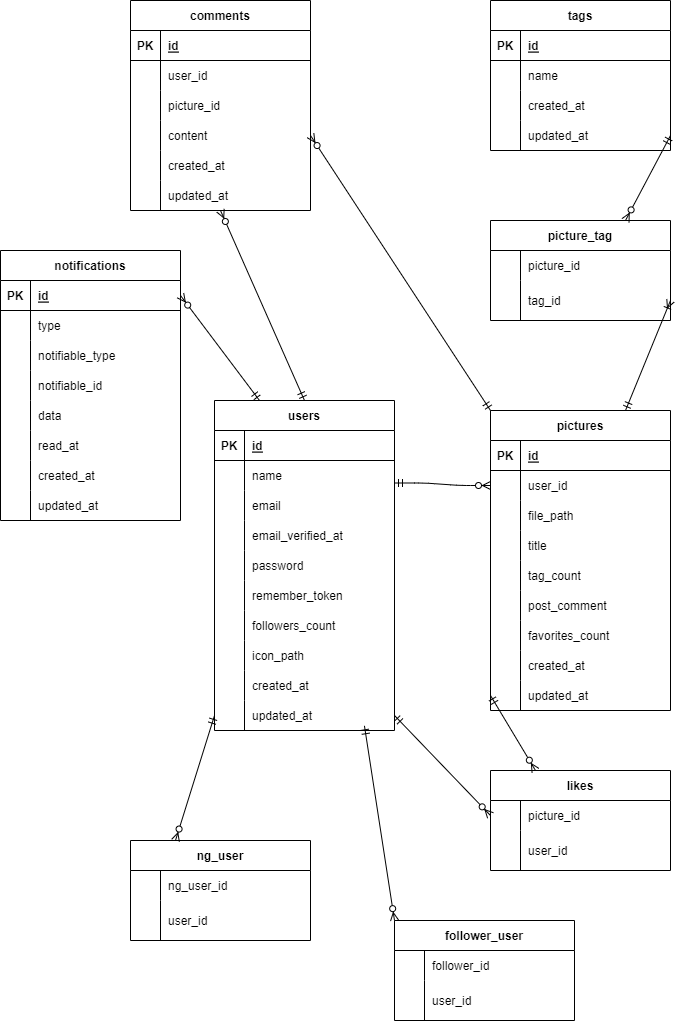
Above: picoo/er.drawio.png in reth4e/Picoo_aws2 (draw.io), before the change. Source tidied: cells renumbered, new cells last; positions are measured from the earlier drawing's top-left corner, leaving out a move shared by most shapes.
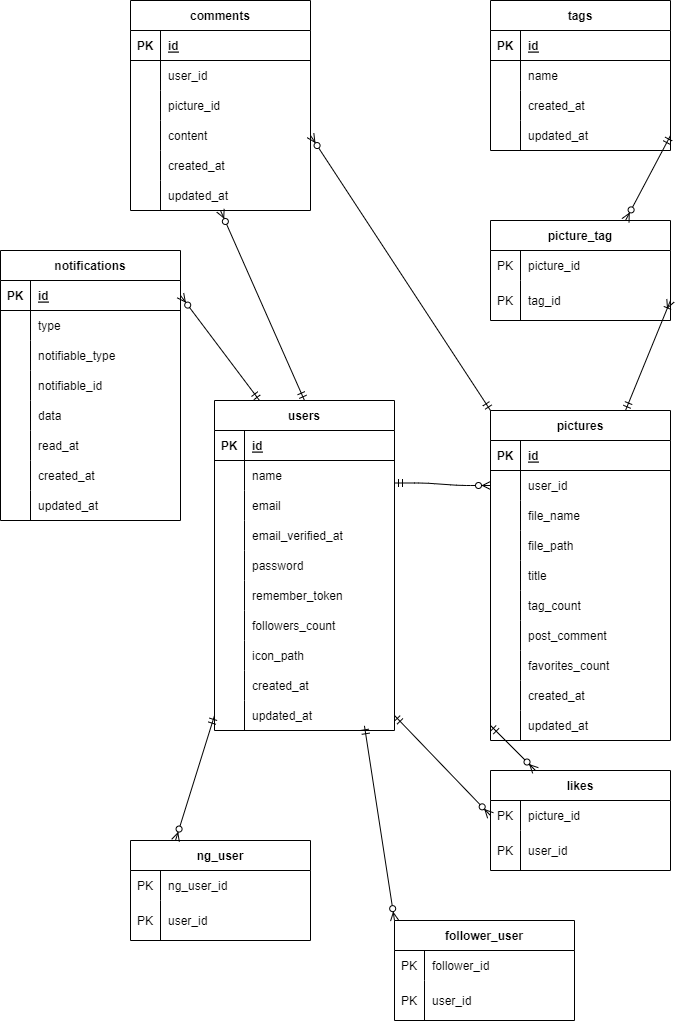
After the commit.

Diff of the diagram source:
```diff
@@ -96,7 +96,7 @@
       <mxGeometry x="30" width="150" height="30" as="geometry" />
     </mxCell>
     <mxCell id="33" value="pictures" style="shape=table;startSize=30;rowLines=0;fontStyle=1;align=center;" parent="1" vertex="1">
-      <mxGeometry x="490" y="410" width="180" height="300" as="geometry" />
+      <mxGeometry x="490" y="410" width="180" height="330" as="geometry" />
     </mxCell>
     <mxCell id="34" style="shape=tableRow;horizontal=0;startSize=0;swimlaneHead=0;swimlaneBody=0;fillColor=none;top=0;left=0;right=0;bottom=1;" parent="33" vertex="1">
       <mxGeometry y="30" width="180" height="30" as="geometry" />
@@ -116,8 +116,17 @@
     <mxCell id="39" value="user_id" style="shape=partialRectangle;fillColor=none;top=0;left=0;bottom=0;right=0;align=left;spacingLeft=6;overflow=hidden;" parent="37" vertex="1">
       <mxGeometry x="30" width="150" height="30" as="geometry" />
     </mxCell>
+    <mxCell id="157" style="shape=tableRow;horizontal=0;startSize=0;swimlaneHead=0;swimlaneBody=0;fillColor=none;top=0;left=0;right=0;bottom=0;" parent="33" vertex="1">
+      <mxGeometry y="90" width="180" height="30" as="geometry" />
+    </mxCell>
+    <mxCell id="158" style="shape=partialRectangle;fillColor=none;top=0;left=0;bottom=0;right=0;overflow=hidden;" parent="157" vertex="1">
+      <mxGeometry width="30" height="30" as="geometry" />
+    </mxCell>
+    <mxCell id="159" value="file_name" style="shape=partialRectangle;fillColor=none;top=0;left=0;bottom=0;right=0;align=left;spacingLeft=6;overflow=hidden;" parent="157" vertex="1">
+      <mxGeometry x="30" width="150" height="30" as="geometry" />
+    </mxCell>
     <mxCell id="40" style="shape=tableRow;horizontal=0;startSize=0;swimlaneHead=0;swimlaneBody=0;fillColor=none;top=0;left=0;right=0;bottom=0;" parent="33" vertex="1">
-      <mxGeometry y="90" width="180" height="30" as="geometry" />
+      <mxGeometry y="120" width="180" height="30" as="geometry" />
     </mxCell>
     <mxCell id="41" style="shape=partialRectangle;fillColor=none;top=0;left=0;bottom=0;right=0;overflow=hidden;" parent="40" vertex="1">
       <mxGeometry width="30" height="30" as="geometry" />
@@ -126,7 +135,7 @@
       <mxGeometry x="30" width="150" height="30" as="geometry" />
     </mxCell>
     <mxCell id="43" style="shape=tableRow;horizontal=0;startSize=0;swimlaneHead=0;swimlaneBody=0;fillColor=none;top=0;left=0;right=0;bottom=0;" parent="33" vertex="1">
-      <mxGeometry y="120" width="180" height="30" as="geometry" />
+      <mxGeometry y="150" width="180" height="30" as="geometry" />
     </mxCell>
     <mxCell id="44" style="shape=partialRectangle;fillColor=none;top=0;left=0;bottom=0;right=0;overflow=hidden;" parent="43" vertex="1">
       <mxGeometry width="30" height="30" as="geometry" />
@@ -135,7 +144,7 @@
       <mxGeometry x="30" width="150" height="30" as="geometry" />
     </mxCell>
     <mxCell id="46" style="shape=tableRow;horizontal=0;startSize=0;swimlaneHead=0;swimlaneBody=0;fillColor=none;top=0;left=0;right=0;bottom=0;" parent="33" vertex="1">
-      <mxGeometry y="150" width="180" height="30" as="geometry" />
+      <mxGeometry y="180" width="180" height="30" as="geometry" />
     </mxCell>
     <mxCell id="47" style="shape=partialRectangle;fillColor=none;top=0;left=0;bottom=0;right=0;overflow=hidden;" parent="46" vertex="1">
       <mxGeometry width="30" height="30" as="geometry" />
@@ -144,7 +153,7 @@
       <mxGeometry x="30" width="150" height="30" as="geometry" />
     </mxCell>
     <mxCell id="49" style="shape=tableRow;horizontal=0;startSize=0;swimlaneHead=0;swimlaneBody=0;fillColor=none;top=0;left=0;right=0;bottom=0;" parent="33" vertex="1">
-      <mxGeometry y="180" width="180" height="30" as="geometry" />
+      <mxGeometry y="210" width="180" height="30" as="geometry" />
     </mxCell>
     <mxCell id="50" style="shape=partialRectangle;fillColor=none;top=0;left=0;bottom=0;right=0;overflow=hidden;" parent="49" vertex="1">
       <mxGeometry width="30" height="30" as="geometry" />
@@ -153,7 +162,7 @@
       <mxGeometry x="30" width="150" height="30" as="geometry" />
     </mxCell>
     <mxCell id="52" style="shape=tableRow;horizontal=0;startSize=0;swimlaneHead=0;swimlaneBody=0;fillColor=none;top=0;left=0;right=0;bottom=0;" parent="33" vertex="1">
-      <mxGeometry y="210" width="180" height="30" as="geometry" />
+      <mxGeometry y="240" width="180" height="30" as="geometry" />
     </mxCell>
     <mxCell id="53" style="shape=partialRectangle;fillColor=none;top=0;left=0;bottom=0;right=0;overflow=hidden;" parent="52" vertex="1">
       <mxGeometry width="30" height="30" as="geometry" />
@@ -162,7 +171,7 @@
       <mxGeometry x="30" width="150" height="30" as="geometry" />
     </mxCell>
     <mxCell id="55" style="shape=tableRow;horizontal=0;startSize=0;swimlaneHead=0;swimlaneBody=0;fillColor=none;top=0;left=0;right=0;bottom=0;" parent="33" vertex="1">
-      <mxGeometry y="240" width="180" height="30" as="geometry" />
+      <mxGeometry y="270" width="180" height="30" as="geometry" />
     </mxCell>
     <mxCell id="56" style="shape=partialRectangle;fillColor=none;top=0;left=0;bottom=0;right=0;overflow=hidden;" parent="55" vertex="1">
       <mxGeometry width="30" height="30" as="geometry" />
@@ -171,7 +180,7 @@
       <mxGeometry x="30" width="150" height="30" as="geometry" />
     </mxCell>
     <mxCell id="58" style="shape=tableRow;horizontal=0;startSize=0;swimlaneHead=0;swimlaneBody=0;fillColor=none;points=[[0,0.5],[1,0.5]];portConstraint=eastwest;top=0;left=0;right=0;bottom=0;" parent="33" vertex="1">
-      <mxGeometry y="270" width="180" height="30" as="geometry" />
+      <mxGeometry y="300" width="180" height="30" as="geometry" />
     </mxCell>
     <mxCell id="59" style="shape=partialRectangle;fillColor=none;top=0;left=0;bottom=0;right=0;overflow=hidden;" parent="58" vertex="1">
       <mxGeometry width="30" height="30" as="geometry" />
@@ -286,7 +295,7 @@
     <mxCell id="95" style="shape=tableRow;horizontal=0;startSize=0;swimlaneHead=0;swimlaneBody=0;fillColor=none;top=0;left=0;right=0;bottom=0;" parent="94" vertex="1">
       <mxGeometry y="30" width="180" height="30" as="geometry" />
     </mxCell>
-    <mxCell id="96" style="shape=partialRectangle;fillColor=none;top=0;left=0;bottom=0;right=0;overflow=hidden;" parent="95" vertex="1">
+    <mxCell id="96" value="PK" style="shape=partialRectangle;fillColor=none;top=0;left=0;bottom=0;right=0;overflow=hidden;" parent="95" vertex="1">
       <mxGeometry width="30" height="30" as="geometry" />
     </mxCell>
     <mxCell id="97" value="follower_id" style="shape=partialRectangle;fillColor=none;top=0;left=0;bottom=0;right=0;align=left;spacingLeft=6;overflow=hidden;" parent="95" vertex="1">
@@ -295,7 +304,7 @@
     <mxCell id="98" style="shape=tableRow;horizontal=0;startSize=0;swimlaneHead=0;swimlaneBody=0;fillColor=none;top=0;left=0;right=0;bottom=0;" parent="94" vertex="1">
       <mxGeometry y="60" width="180" height="40" as="geometry" />
     </mxCell>
-    <mxCell id="99" style="shape=partialRectangle;fillColor=none;top=0;left=0;bottom=0;right=0;overflow=hidden;" parent="98" vertex="1">
+    <mxCell id="99" value="PK" style="shape=partialRectangle;fillColor=none;top=0;left=0;bottom=0;right=0;overflow=hidden;" parent="98" vertex="1">
       <mxGeometry width="30" height="40" as="geometry" />
     </mxCell>
     <mxCell id="100" value="user_id" style="shape=partialRectangle;fillColor=none;top=0;left=0;bottom=0;right=0;align=left;spacingLeft=6;overflow=hidden;" parent="98" vertex="1">
@@ -307,7 +316,7 @@
     <mxCell id="102" style="shape=tableRow;horizontal=0;startSize=0;swimlaneHead=0;swimlaneBody=0;fillColor=none;top=0;left=0;right=0;bottom=0;" parent="101" vertex="1">
       <mxGeometry y="30" width="180" height="30" as="geometry" />
     </mxCell>
-    <mxCell id="103" style="shape=partialRectangle;fillColor=none;top=0;left=0;bottom=0;right=0;overflow=hidden;" parent="102" vertex="1">
+    <mxCell id="103" value="PK" style="shape=partialRectangle;fillColor=none;top=0;left=0;bottom=0;right=0;overflow=hidden;" parent="102" vertex="1">
       <mxGeometry width="30" height="30" as="geometry" />
     </mxCell>
     <mxCell id="104" value="picture_id" style="shape=partialRectangle;fillColor=none;top=0;left=0;bottom=0;right=0;align=left;spacingLeft=6;overflow=hidden;" parent="102" vertex="1">
@@ -316,7 +325,7 @@
     <mxCell id="105" style="shape=tableRow;horizontal=0;startSize=0;swimlaneHead=0;swimlaneBody=0;fillColor=none;points=[[0,0.5],[1,0.5]];portConstraint=eastwest;top=0;left=0;right=0;bottom=0;" parent="101" vertex="1">
       <mxGeometry y="60" width="180" height="40" as="geometry" />
     </mxCell>
-    <mxCell id="106" style="shape=partialRectangle;fillColor=none;top=0;left=0;bottom=0;right=0;overflow=hidden;" parent="105" vertex="1">
+    <mxCell id="106" value="PK" style="shape=partialRectangle;fillColor=none;top=0;left=0;bottom=0;right=0;overflow=hidden;" parent="105" vertex="1">
       <mxGeometry width="30" height="40" as="geometry" />
     </mxCell>
     <mxCell id="107" value="tag_id" style="shape=partialRectangle;fillColor=none;top=0;left=0;bottom=0;right=0;align=left;spacingLeft=6;overflow=hidden;" parent="105" vertex="1">
@@ -328,7 +337,7 @@
     <mxCell id="109" style="shape=tableRow;horizontal=0;startSize=0;swimlaneHead=0;swimlaneBody=0;fillColor=none;points=[[0,0.5],[1,0.5]];portConstraint=eastwest;top=0;left=0;right=0;bottom=0;" parent="108" vertex="1">
       <mxGeometry y="30" width="180" height="30" as="geometry" />
     </mxCell>
-    <mxCell id="110" style="shape=partialRectangle;fillColor=none;top=0;left=0;bottom=0;right=0;overflow=hidden;" parent="109" vertex="1">
+    <mxCell id="110" value="PK" style="shape=partialRectangle;fillColor=none;top=0;left=0;bottom=0;right=0;overflow=hidden;" parent="109" vertex="1">
       <mxGeometry width="30" height="30" as="geometry" />
     </mxCell>
     <mxCell id="111" value="picture_id" style="shape=partialRectangle;fillColor=none;top=0;left=0;bottom=0;right=0;align=left;spacingLeft=6;overflow=hidden;" parent="109" vertex="1">
@@ -337,7 +346,7 @@
     <mxCell id="112" style="shape=tableRow;horizontal=0;startSize=0;swimlaneHead=0;swimlaneBody=0;fillColor=none;top=0;left=0;right=0;bottom=0;" parent="108" vertex="1">
       <mxGeometry y="60" width="180" height="40" as="geometry" />
     </mxCell>
-    <mxCell id="113" style="shape=partialRectangle;fillColor=none;top=0;left=0;bottom=0;right=0;overflow=hidden;" parent="112" vertex="1">
+    <mxCell id="113" value="PK" style="shape=partialRectangle;fillColor=none;top=0;left=0;bottom=0;right=0;overflow=hidden;" parent="112" vertex="1">
       <mxGeometry width="30" height="40" as="geometry" />
     </mxCell>
     <mxCell id="114" value="user_id" style="shape=partialRectangle;fillColor=none;top=0;left=0;bottom=0;right=0;align=left;spacingLeft=6;overflow=hidden;" parent="112" vertex="1">
@@ -372,7 +381,7 @@
     <mxCell id="123" style="shape=tableRow;horizontal=0;startSize=0;swimlaneHead=0;swimlaneBody=0;fillColor=none;top=0;left=0;right=0;bottom=0;" parent="122" vertex="1">
       <mxGeometry y="30" width="180" height="30" as="geometry" />
     </mxCell>
-    <mxCell id="124" style="shape=partialRectangle;fillColor=none;top=0;left=0;bottom=0;right=0;overflow=hidden;" parent="123" vertex="1">
+    <mxCell id="124" value="PK" style="shape=partialRectangle;fillColor=none;top=0;left=0;bottom=0;right=0;overflow=hidden;" parent="123" vertex="1">
       <mxGeometry width="30" height="30" as="geometry" />
     </mxCell>
     <mxCell id="125" value="ng_user_id" style="shape=partialRectangle;fillColor=none;top=0;left=0;bottom=0;right=0;align=left;spacingLeft=6;overflow=hidden;" parent="123" vertex="1">
@@ -381,7 +390,7 @@
     <mxCell id="126" style="shape=tableRow;horizontal=0;startSize=0;swimlaneHead=0;swimlaneBody=0;fillColor=none;top=0;left=0;right=0;bottom=0;" parent="122" vertex="1">
       <mxGeometry y="60" width="180" height="40" as="geometry" />
     </mxCell>
-    <mxCell id="127" style="shape=partialRectangle;fillColor=none;top=0;left=0;bottom=0;right=0;overflow=hidden;" parent="126" vertex="1">
+    <mxCell id="127" value="PK" style="shape=partialRectangle;fillColor=none;top=0;left=0;bottom=0;right=0;overflow=hidden;" parent="126" vertex="1">
       <mxGeometry width="30" height="40" as="geometry" />
     </mxCell>
     <mxCell id="128" value="user_id" style="shape=partialRectangle;fillColor=none;top=0;left=0;bottom=0;right=0;align=left;spacingLeft=6;overflow=hidden;" parent="126" vertex="1">
```
